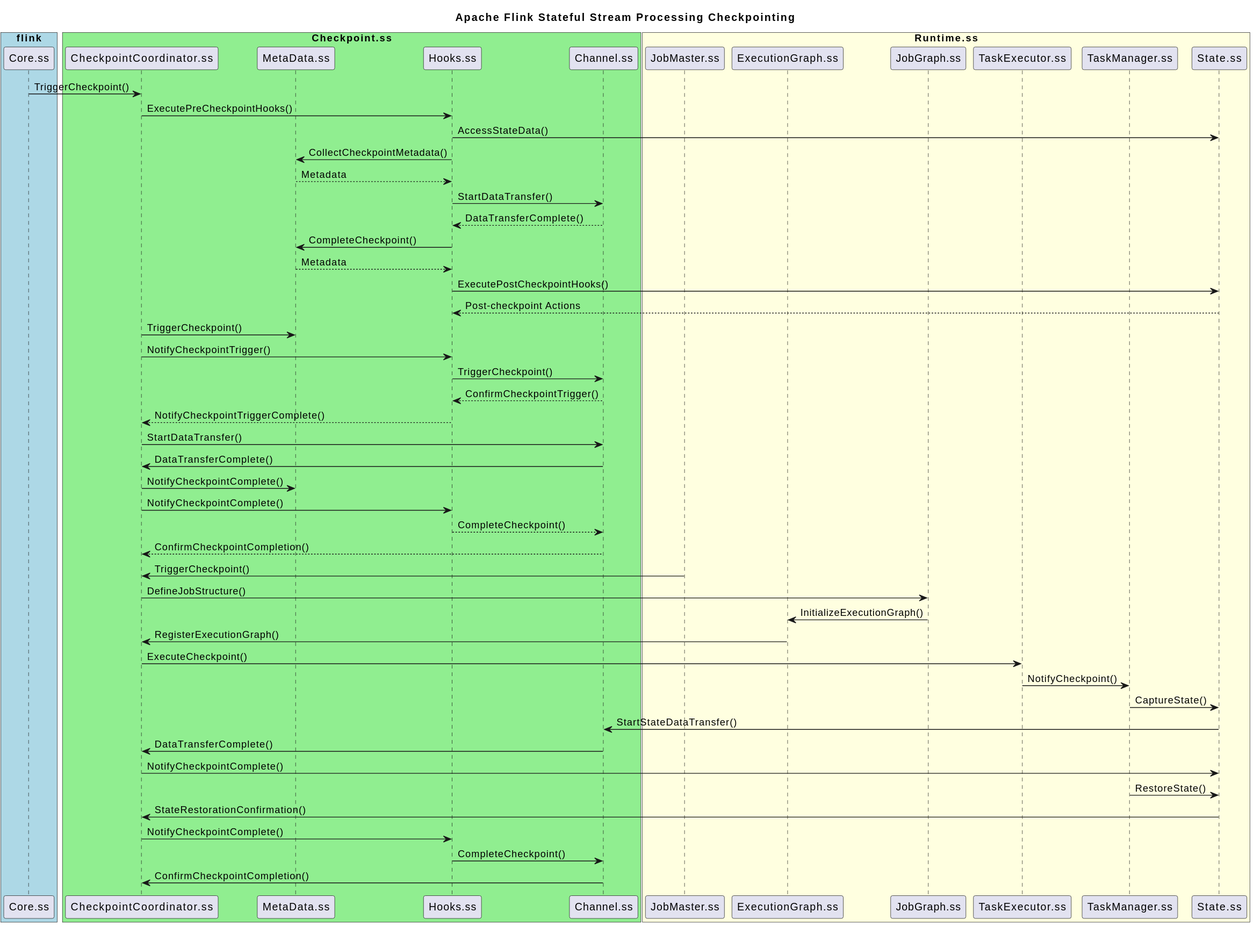
Above: Diagrams/Checkpointing/SequenceDiagram.svg in Anselmo21/EECS4314-FlinkForce (PlantUML), before the change.
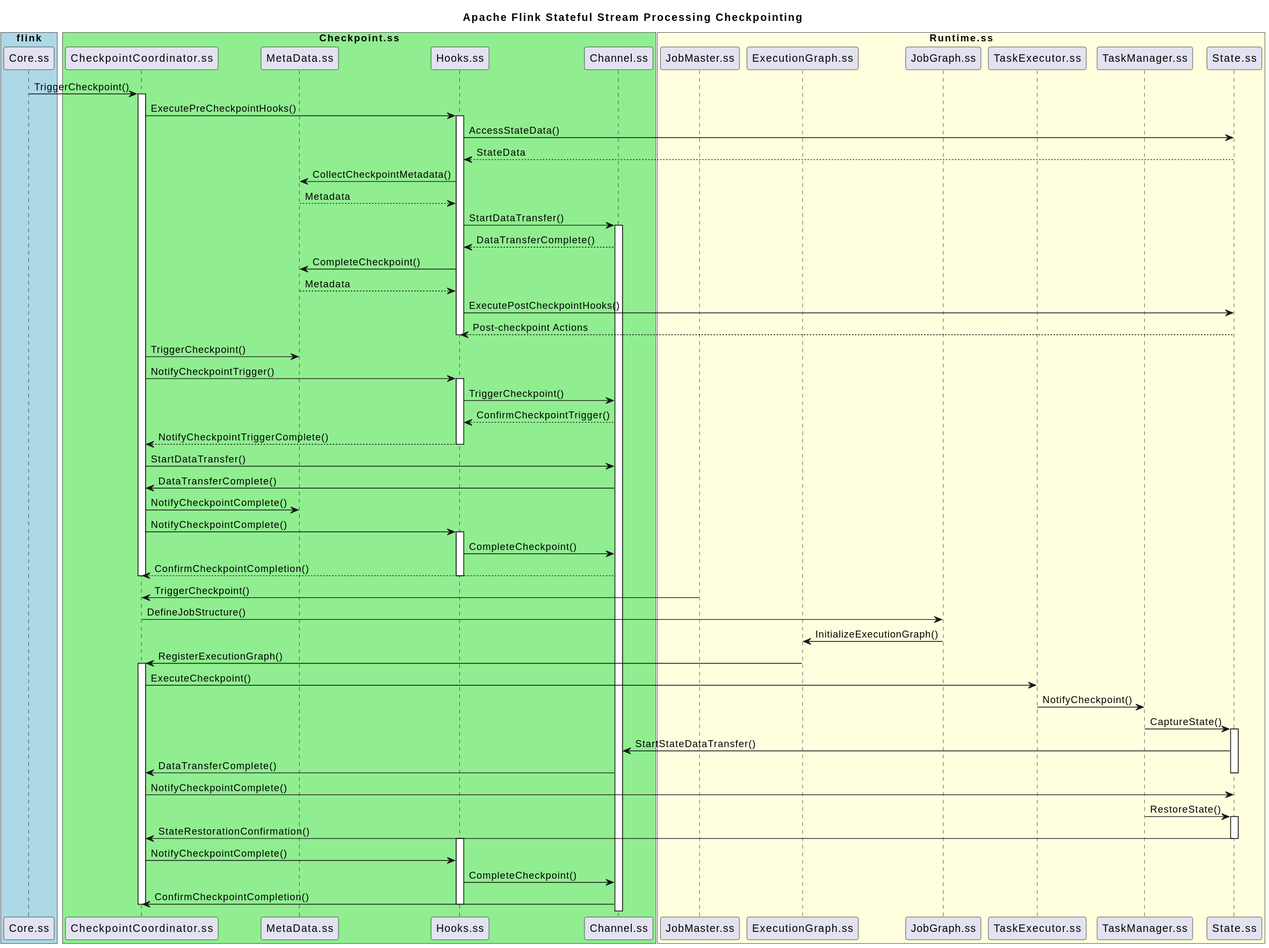
Above is the later version.

Commit message:
added verbs to use case diagram and lifelines to sequence diagram

Change to the diagram source:
```diff
@@ -22,41 +22,95 @@
 end box
 
 Core.ss->CheckpointCoordinator.ss: TriggerCheckpoint()
+
+Activate CheckpointCoordinator.ss
+
 CheckpointCoordinator.ss->Hooks.ss: ExecutePreCheckpointHooks()
+
+Activate Hooks.ss
+
 Hooks.ss->State.ss: AccessStateData()
+State.ss-->Hooks.ss: StateData
+
 Hooks.ss->MetaData.ss: CollectCheckpointMetadata()
 MetaData.ss-->Hooks.ss: Metadata
+
 Hooks.ss->Channel.ss: StartDataTransfer()
+Activate Channel.ss
 Channel.ss-->Hooks.ss: DataTransferComplete()
+
 Hooks.ss->MetaData.ss: CompleteCheckpoint()
 MetaData.ss-->Hooks.ss: Metadata
+
 Hooks.ss->State.ss: ExecutePostCheckpointHooks()
 State.ss-->Hooks.ss: Post-checkpoint Actions
+
+Deactivate Hooks.ss
+
 CheckpointCoordinator.ss->MetaData.ss: TriggerCheckpoint()
 CheckpointCoordinator.ss->Hooks.ss: NotifyCheckpointTrigger()
+
+Activate Hooks.ss
+
 Hooks.ss->Channel.ss: TriggerCheckpoint()
 Channel.ss-->Hooks.ss: ConfirmCheckpointTrigger()
 Hooks.ss-->CheckpointCoordinator.ss: NotifyCheckpointTriggerComplete()
+
+Deactivate Hooks.ss
+
+
 CheckpointCoordinator.ss->Channel.ss: StartDataTransfer()
 Channel.ss->CheckpointCoordinator.ss: DataTransferComplete()
+
 CheckpointCoordinator.ss->MetaData.ss: NotifyCheckpointComplete()
 CheckpointCoordinator.ss->Hooks.ss: NotifyCheckpointComplete()
-Hooks.ss-->Channel.ss: CompleteCheckpoint()
+
+Activate Hooks.ss
+
+Hooks.ss->Channel.ss: CompleteCheckpoint()
 Channel.ss-->CheckpointCoordinator.ss: ConfirmCheckpointCompletion()
+
+Deactivate Hooks.ss
+
+Deactivate CheckpointCoordinator.ss
 
 JobMaster.ss->CheckpointCoordinator.ss: TriggerCheckpoint()
 CheckpointCoordinator.ss->JobGraph.ss: DefineJobStructure()
+
 JobGraph.ss->ExecutionGraph.ss: InitializeExecutionGraph()
 ExecutionGraph.ss->CheckpointCoordinator.ss: RegisterExecutionGraph()
+
+
+Activate CheckpointCoordinator.ss
+
 CheckpointCoordinator.ss->TaskExecutor.ss: ExecuteCheckpoint()
 TaskExecutor.ss->TaskManager.ss: NotifyCheckpoint()
 TaskManager.ss->State.ss: CaptureState()
+
+Activate State.ss
+
 State.ss->Channel.ss: StartStateDataTransfer()
 Channel.ss->CheckpointCoordinator.ss: DataTransferComplete()
+
+Deactivate State.ss
+
 CheckpointCoordinator.ss->State.ss: NotifyCheckpointComplete()
 TaskManager.ss->State.ss: RestoreState()
+
+Activate State.ss
+
 State.ss->CheckpointCoordinator.ss: StateRestorationConfirmation()
+
+Deactivate State.ss
+
+Activate Hooks.ss
+
 CheckpointCoordinator.ss->Hooks.ss: NotifyCheckpointComplete()
+
+
 Hooks.ss->Channel.ss: CompleteCheckpoint()
 Channel.ss->CheckpointCoordinator.ss: ConfirmCheckpointCompletion()
+
+Deactivate Hooks.ss
+Deactivate CheckpointCoordinator.ss
 @enduml
```
